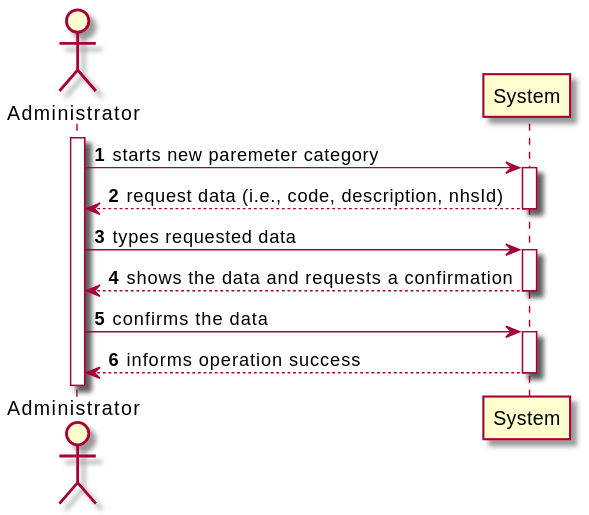
Before: docs/SprintB/US11/US11-SSD.svg, a diagram exported from PlantUML (0franciscor/lei-21-s2-1de-g19). Source of this version:
```plantuml
@startuml

autonumber
actor "Administrator" as C
activate C
C -> System ++: starts new paremeter category
System -->  C --: request data (i.e., code, description, nhsId)
C -> System ++: types requested data
System --> C --: shows the data and requests a confirmation
C -> System ++: confirms the data
System --> C --: informs operation success
@enduml
```
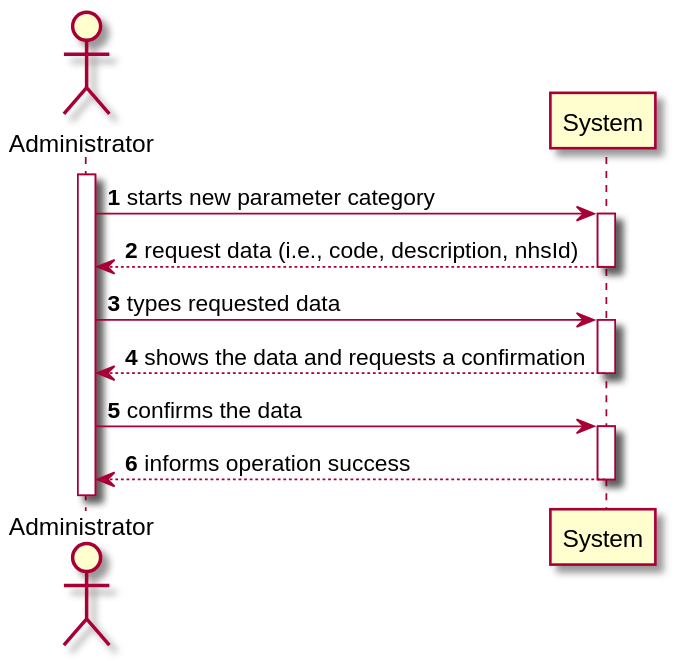
The same file after the commit.

Change to the diagram source:
```diff
@@ -3,10 +3,11 @@
 autonumber
 actor "Administrator" as C
 activate C
-C -> System ++: starts new paremeter category
+C -> System ++: starts new parameter category
 System -->  C --: request data (i.e., code, description, nhsId)
 C -> System ++: types requested data
 System --> C --: shows the data and requests a confirmation
 C -> System ++: confirms the data
 System --> C --: informs operation success
+
 @enduml
```
